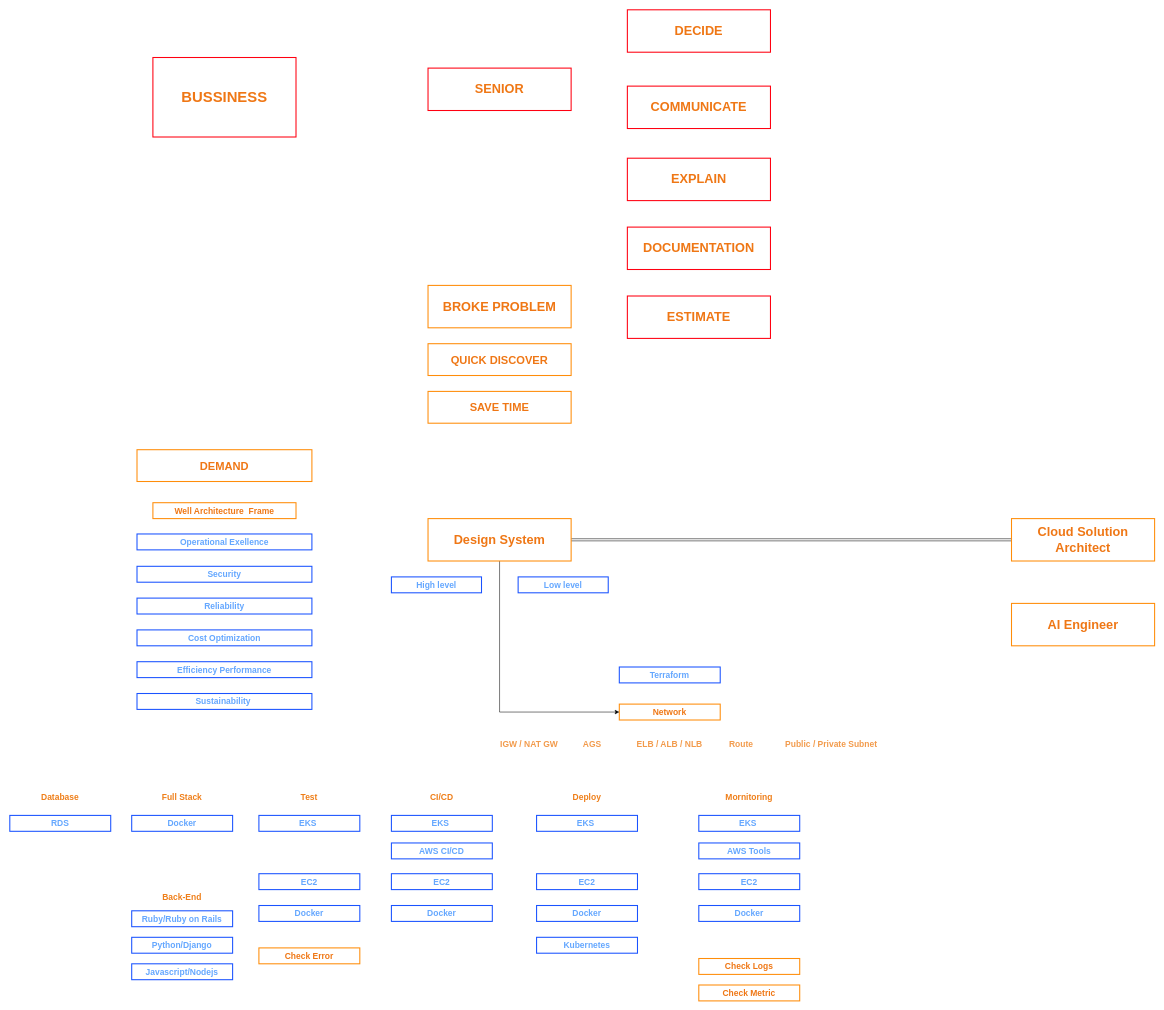
hmmim/nodejs-owl-applications keeps this draw.io diagram as page "Trang-1" (1 of 2) of mindset.drawio. Above is the earlier version. Source tidied: cells renumbered, new cells numbered last; positions are measured from the earlier drawing's top-left corner, leaving out a move shared by most shapes. Both pictures are drawn from the tidied source at 53%, with x=0, y=0 at pixel (10, 10).
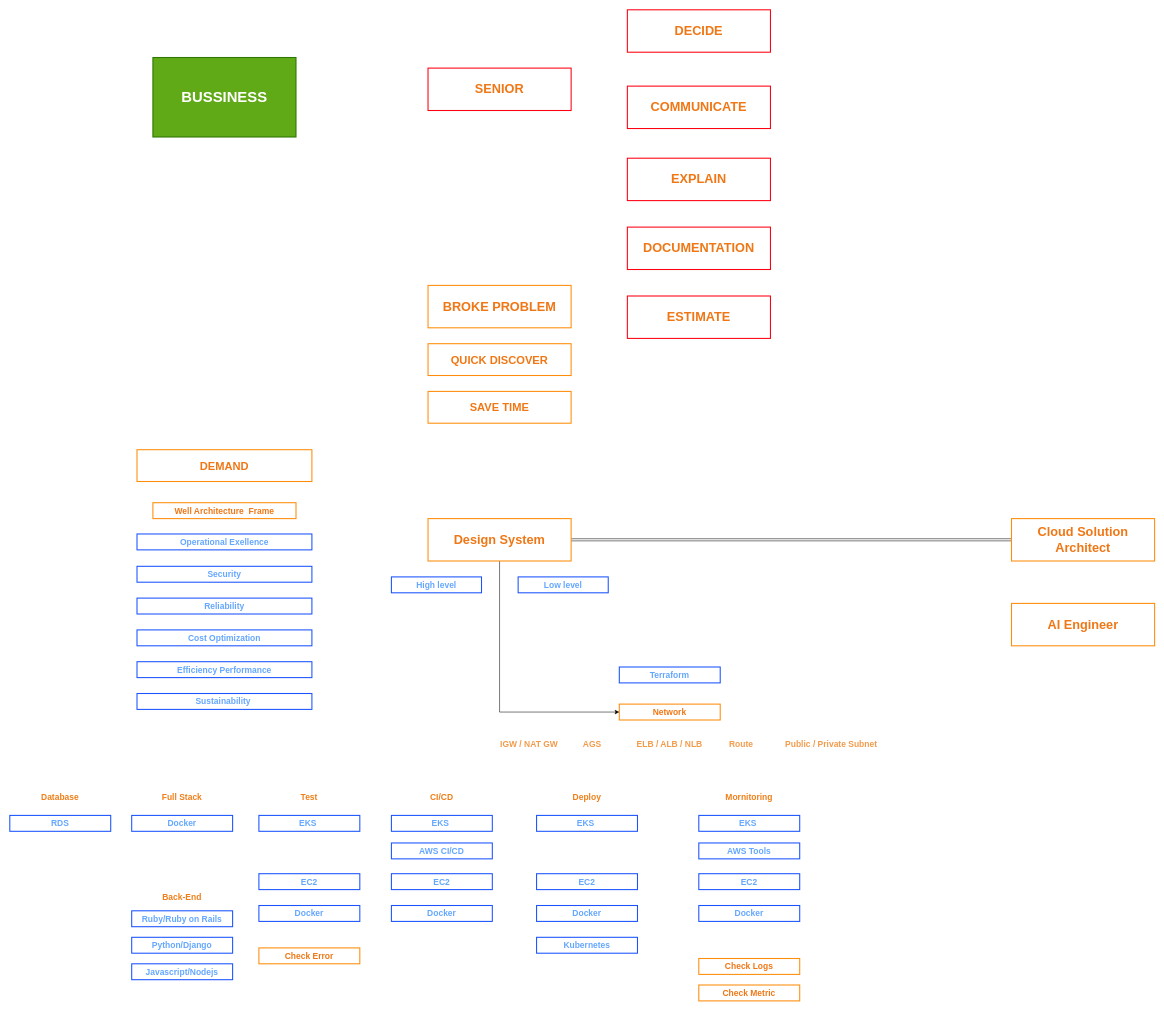
The same diagram, later.

Change to the diagram source:
```diff
@@
-    <mxCell id="57" value="&lt;span style=&quot;font-size: 28px;&quot;&gt;BUSSINESS&lt;/span&gt;" style="text;html=1;strokeColor=#FF0011;fillColor=none;align=center;verticalAlign=middle;whiteSpace=wrap;rounded=0;fontSize=16;fontStyle=1;fontColor=#ef7715;strokeWidth=2;" parent="1" vertex="1">
+    <mxCell id="57" value="&lt;span style=&quot;font-size: 28px;&quot;&gt;BUSSINESS&lt;/span&gt;" style="text;html=1;strokeColor=#2D7600;fillColor=#60a917;align=center;verticalAlign=middle;whiteSpace=wrap;rounded=0;fontSize=16;fontStyle=1;fontColor=#ffffff;strokeWidth=2;" parent="1" vertex="1">
       <mxGeometry x="270" y="90" width="270" height="150" as="geometry" />
     </mxCell>
```
